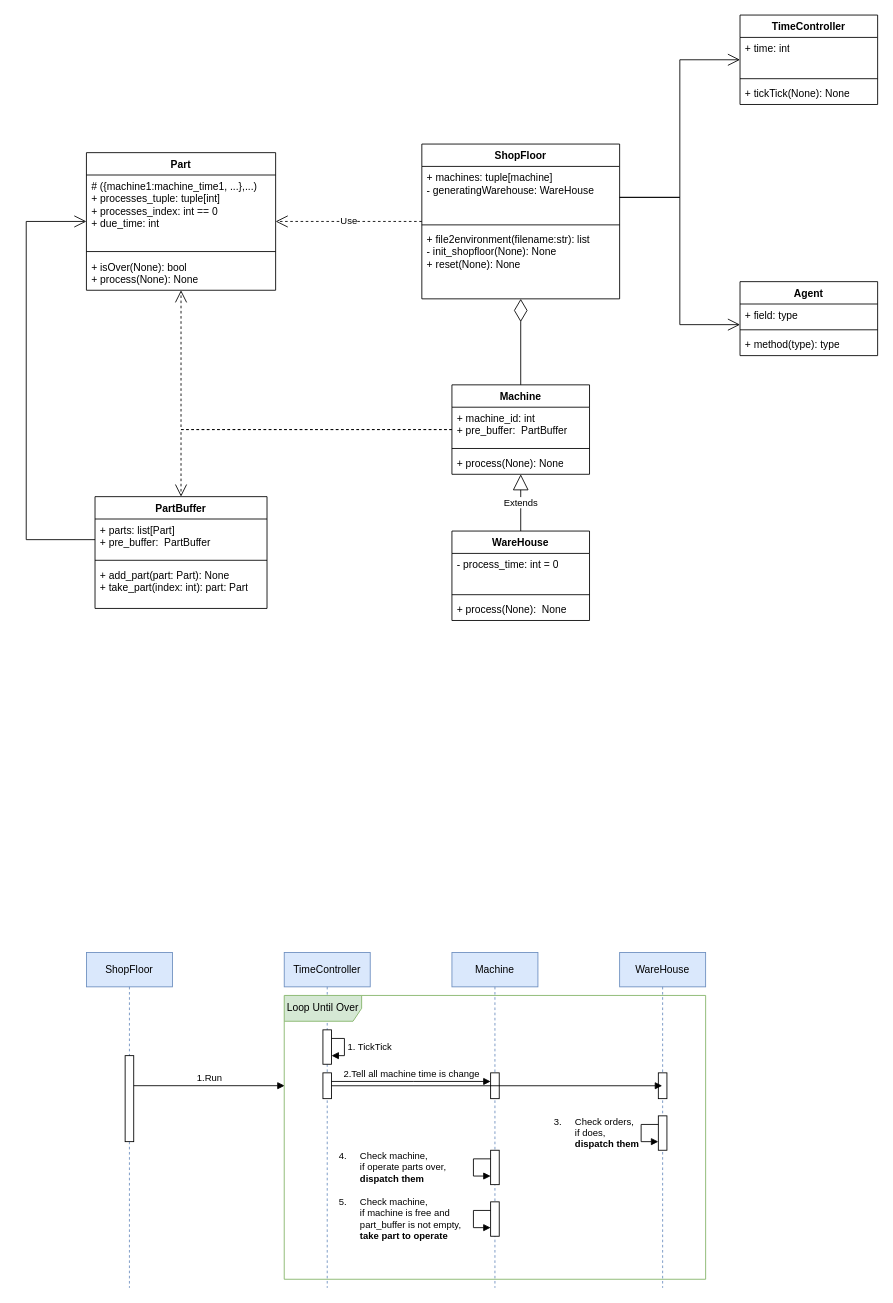
This is intelligent_shopfloor_environment/IS.drawio from Moranvl/I-S-LLM, a draw.io file, before an edit. Source tidied: cells renumbered, new cells numbered last; positions are measured from the earlier drawing's top-left corner, leaving out a move shared by most shapes. Both pictures are drawn from the tidied source at 86%, with x=0, y=0 at pixel (26, 15).
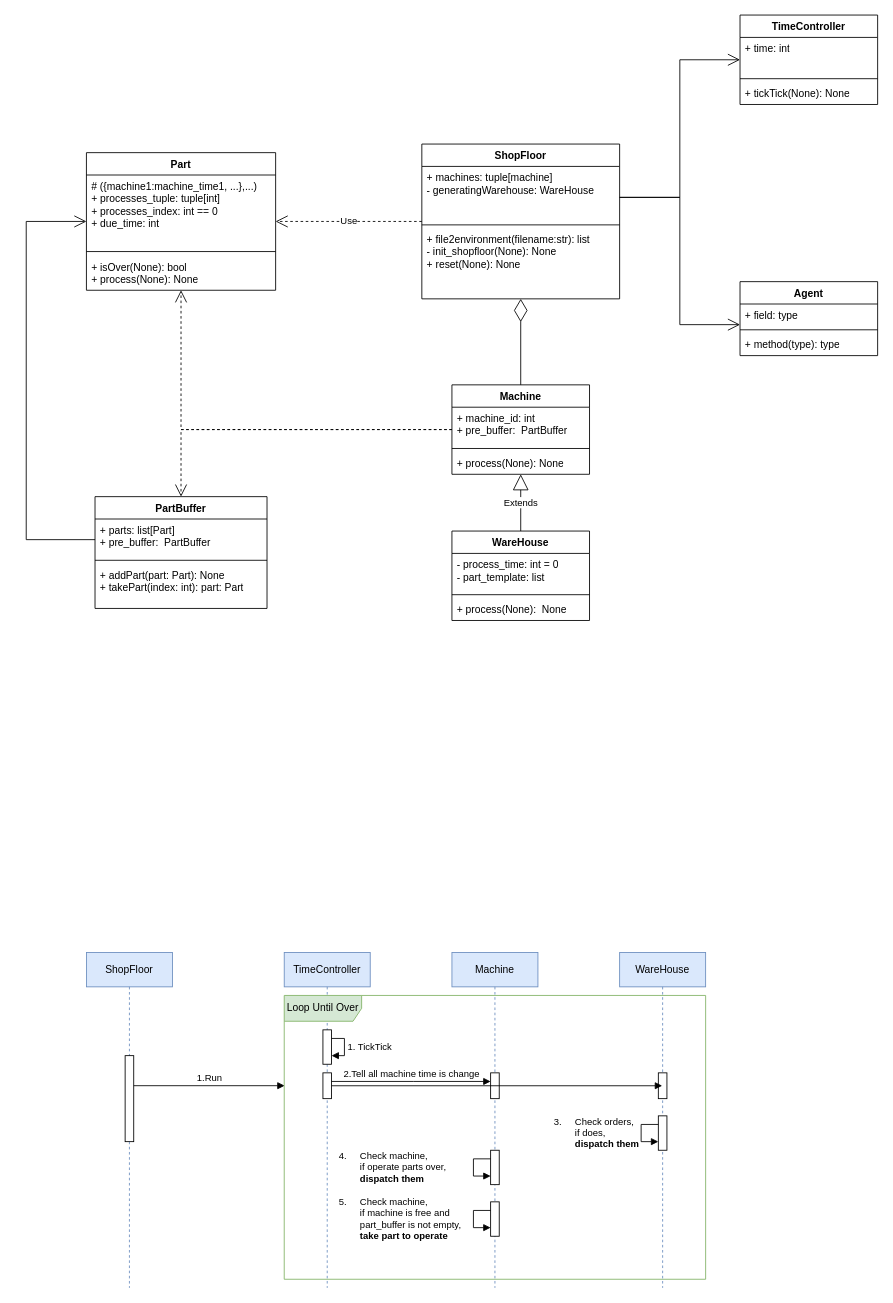
After the change.

The change refers to these unchanged cells:
```xml
<mxCell id="27" value="WareHouse" style="swimlane;fontStyle=1;align=center;verticalAlign=top;horizontal=1;startSize=26;whiteSpace=wrap;html=1;" parent="1" vertex="1">
  <mxGeometry x="495" y="600" width="160" height="104" as="geometry" />
</mxCell>
<mxCell id="32" value="PartBuffer" style="swimlane;fontStyle=1;align=center;verticalAlign=top;horizontal=1;startSize=26;whiteSpace=wrap;html=1;" parent="1" vertex="1">
  <mxGeometry x="80" y="560" width="200" height="130" as="geometry" />
</mxCell>
```

Change to the diagram source:
```diff
@@
-    <mxCell id="28" value="- process_time: int = 0" style="text;strokeColor=none;fillColor=none;align=left;verticalAlign=top;spacingLeft=4;spacingRight=4;overflow=hidden;whiteSpace=wrap;html=1;" parent="27" vertex="1">
+    <mxCell id="28" value="- process_time: int = 0&lt;br&gt;- part_template: list" style="text;strokeColor=none;fillColor=none;align=left;verticalAlign=top;spacingLeft=4;spacingRight=4;overflow=hidden;whiteSpace=wrap;html=1;" parent="27" vertex="1">
       <mxGeometry y="26" width="160" height="44" as="geometry" />
     </mxCell>
@@
-    <mxCell id="35" value="+ add_part(part: Part): None&lt;br&gt;+ take_part(index: int): part: Part" style="text;strokeColor=none;fillColor=none;align=left;verticalAlign=top;spacingLeft=4;spacingRight=4;overflow=hidden;whiteSpace=wrap;html=1;" parent="32" vertex="1">
+    <mxCell id="35" value="+ addPart(part: Part): None&lt;br&gt;+ takePart(index: int): part: Part" style="text;strokeColor=none;fillColor=none;align=left;verticalAlign=top;spacingLeft=4;spacingRight=4;overflow=hidden;whiteSpace=wrap;html=1;" parent="32" vertex="1">
       <mxGeometry y="78" width="200" height="52" as="geometry" />
     </mxCell>
```
